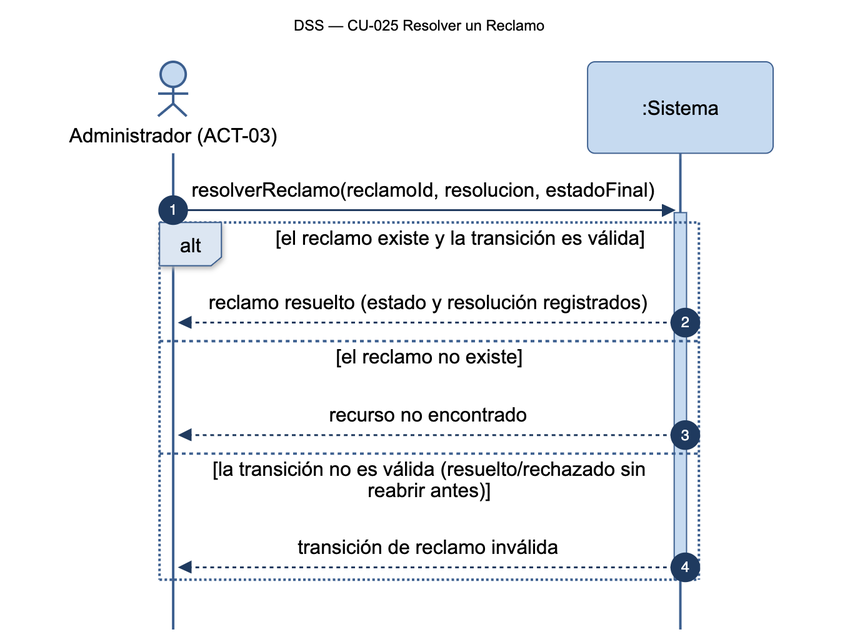
Above: diagramas/png/DSS_CU-025_Resolver-un-Reclamo.png in Nahuelito-Dev/splg-docs (Mermaid), before the change. Its source is kept beside it as diagramas/DSS_CU-025_Resolver-un-Reclamo.mmd. Its diagram source:
```mermaid
sequenceDiagram
    title DSS — CU-025 Resolver un Reclamo
    autonumber
    actor ADM as Administrador (ACT-03)
    participant SIS as :Sistema

    ADM->>SIS: resolverReclamo(reclamoId, resolucion, estadoFinal)
    activate SIS
    alt el reclamo existe y la transición es válida
        SIS-->>ADM: reclamo resuelto (estado y resolución registrados)
    else el reclamo no existe
        SIS-->>ADM: recurso no encontrado
    else la transición no es válida (resuelto/rechazado sin reabrir antes)
        SIS-->>ADM: transición de reclamo inválida
    end
    deactivate SIS
```
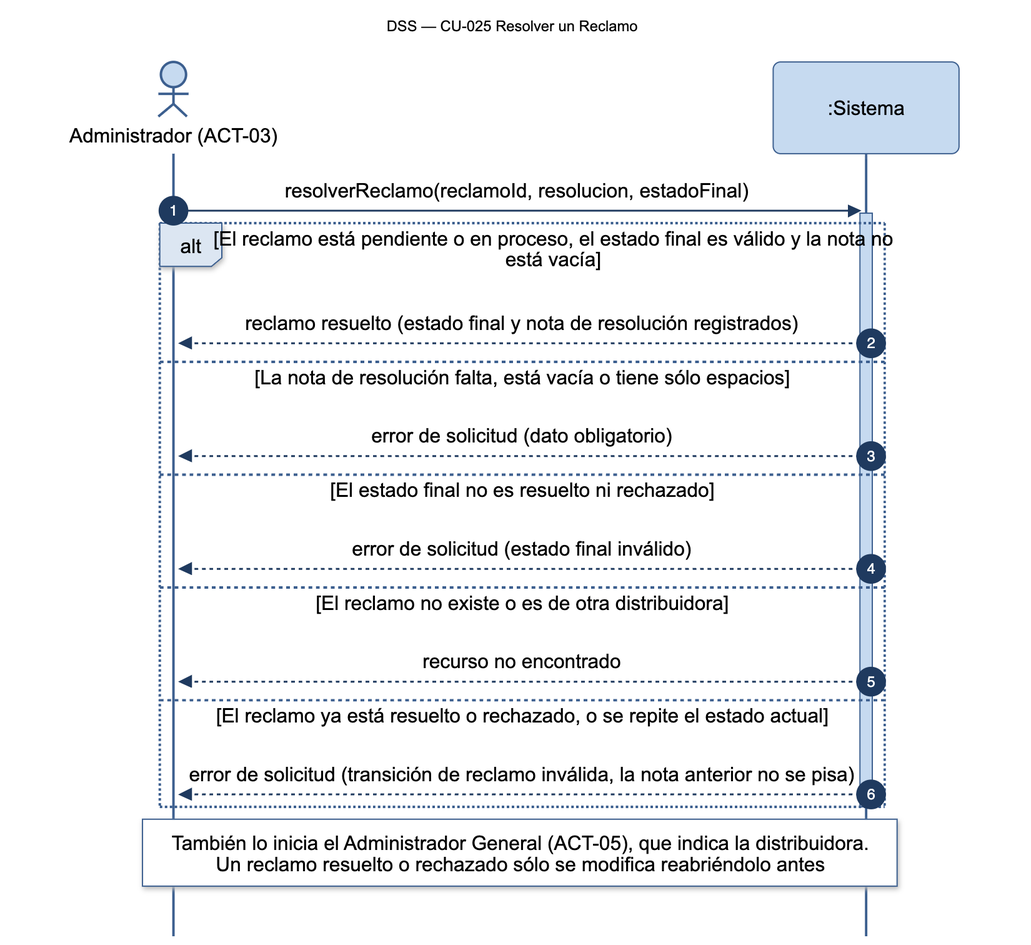
After the commit.

Diff of the diagram source:
```diff
@@ -6,11 +6,16 @@
 
     ADM->>SIS: resolverReclamo(reclamoId, resolucion, estadoFinal)
     activate SIS
-    alt el reclamo existe y la transición es válida
-        SIS-->>ADM: reclamo resuelto (estado y resolución registrados)
-    else el reclamo no existe
+    alt El reclamo está pendiente o en proceso, el estado final es válido y la nota no está vacía
+        SIS-->>ADM: reclamo resuelto (estado final y nota de resolución registrados)
+    else La nota de resolución falta, está vacía o tiene sólo espacios
+        SIS-->>ADM: error de solicitud (dato obligatorio)
+    else El estado final no es resuelto ni rechazado
+        SIS-->>ADM: error de solicitud (estado final inválido)
+    else El reclamo no existe o es de otra distribuidora
         SIS-->>ADM: recurso no encontrado
-    else la transición no es válida (resuelto/rechazado sin reabrir antes)
-        SIS-->>ADM: transición de reclamo inválida
+    else El reclamo ya está resuelto o rechazado, o se repite el estado actual
+        SIS-->>ADM: error de solicitud (transición de reclamo inválida, la nota anterior no se pisa)
     end
     deactivate SIS
+    Note over ADM,SIS: También lo inicia el Administrador General (ACT-05), que indica la distribuidora.<br/>Un reclamo resuelto o rechazado sólo se modifica reabriéndolo antes
```
